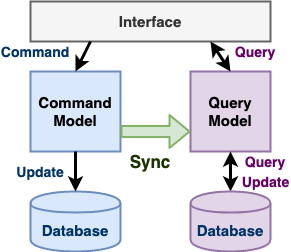
Before: diagrams/png/command_query_responsibility_segregation_small.png, a diagram exported from draw.io (wuyichen24/system-design-knowledge). Source tidied: cells renumbered, new cells last; positions are measured from the earlier drawing's top-left corner, leaving out a move shared by most shapes.
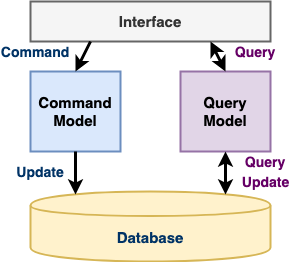
The same file after the commit.

Commit message:
add several diagrams for cqrs

Diff of the diagram source:
```diff
@@ -6,10 +6,10 @@
       <mxGeometry x="30" y="70" width="90" height="80" as="geometry" />
     </mxCell>
     <mxCell id="3" value="&lt;font style=&quot;font-size: 15px&quot;&gt;&lt;b&gt;Query&lt;br&gt;Model&lt;/b&gt;&lt;/font&gt;" style="rounded=0;whiteSpace=wrap;html=1;strokeWidth=2;fillColor=#e1d5e7;strokeColor=#9673a6;" parent="1" vertex="1">
-      <mxGeometry x="190" y="70" width="80" height="80" as="geometry" />
+      <mxGeometry x="180" y="70" width="90" height="80" as="geometry" />
     </mxCell>
-    <mxCell id="4" value="&lt;font style=&quot;font-size: 15px&quot; color=&quot;#003366&quot;&gt;&lt;b&gt;Database&lt;/b&gt;&lt;/font&gt;" style="shape=cylinder;whiteSpace=wrap;html=1;boundedLbl=1;backgroundOutline=1;strokeWidth=2;fillColor=#dae8fc;strokeColor=#6c8ebf;" parent="1" vertex="1">
-      <mxGeometry x="30" y="190" width="90" height="60" as="geometry" />
+    <mxCell id="4" value="&lt;font style=&quot;font-size: 15px&quot; color=&quot;#003366&quot;&gt;&lt;b&gt;Database&lt;/b&gt;&lt;/font&gt;" style="shape=cylinder;whiteSpace=wrap;html=1;boundedLbl=1;backgroundOutline=1;strokeWidth=2;fillColor=#fff2cc;strokeColor=#d6b656;" parent="1" vertex="1">
+      <mxGeometry x="30" y="190" width="240" height="70" as="geometry" />
     </mxCell>
     <mxCell id="5" value="&lt;font style=&quot;font-size: 15px&quot;&gt;&lt;b&gt;Interface&lt;/b&gt;&lt;/font&gt;" style="rounded=0;whiteSpace=wrap;html=1;strokeWidth=2;fillColor=#f5f5f5;strokeColor=#666666;fontColor=#333333;" parent="1" vertex="1">
       <mxGeometry x="30" width="240" height="40" as="geometry" />
@@ -17,14 +17,18 @@
     <mxCell id="6" style="endArrow=classic;html=1;strokeWidth=3;entryX=0.5;entryY=0;entryDx=0;entryDy=0;targetPerimeterSpacing=-1;endSize=6;exitX=0.25;exitY=1;exitDx=0;exitDy=0;" parent="1" edge="1" source="5" target="2">
       <mxGeometry relative="1" as="geometry" />
     </mxCell>
-    <mxCell id="7" style="endArrow=classic;html=1;strokeWidth=3;exitX=0.5;exitY=1;exitDx=0;exitDy=0;jumpSize=6;startSize=6;endSize=6;entryX=0.5;entryY=0;entryDx=0;entryDy=0;" parent="1" edge="1" source="2" target="4">
-      <mxGeometry relative="1" as="geometry" />
+    <mxCell id="7" style="endArrow=classic;html=1;strokeWidth=3;exitX=0.5;exitY=1;exitDx=0;exitDy=0;jumpSize=6;startSize=6;endSize=6;" parent="1" edge="1" source="2">
+      <mxGeometry relative="1" as="geometry">
+        <mxPoint x="75" y="193" as="targetPoint" />
+      </mxGeometry>
     </mxCell>
     <mxCell id="8" style="endArrow=classic;html=1;strokeWidth=3;targetPerimeterSpacing=0;endSize=6;exitX=0.5;exitY=0;exitDx=0;exitDy=0;startArrow=classic;startFill=1;entryX=0.75;entryY=1;entryDx=0;entryDy=0;" parent="1" edge="1" source="3" target="5">
       <mxGeometry relative="1" as="geometry" />
     </mxCell>
-    <mxCell id="9" style="endArrow=classic;html=1;strokeWidth=3;targetPerimeterSpacing=0;endSize=6;entryX=0.5;entryY=1;entryDx=0;entryDy=0;startArrow=classic;startFill=1;exitX=0.5;exitY=0;exitDx=0;exitDy=0;" parent="1" edge="1" source="13" target="3">
-      <mxGeometry relative="1" as="geometry" />
+    <mxCell id="9" style="endArrow=classic;html=1;strokeWidth=3;targetPerimeterSpacing=0;endSize=6;entryX=0.5;entryY=1;entryDx=0;entryDy=0;startArrow=classic;startFill=1;" parent="1" edge="1" target="3">
+      <mxGeometry relative="1" as="geometry">
+        <mxPoint x="225" y="193" as="sourcePoint" />
+      </mxGeometry>
     </mxCell>
     <mxCell id="10" value="&lt;span style=&quot;font-size: 14px&quot;&gt;&lt;b&gt;&lt;font color=&quot;#660066&quot;&gt;Query&lt;/font&gt;&lt;/b&gt;&lt;/span&gt;" style="text;html=1;strokeColor=none;fillColor=none;align=center;verticalAlign=middle;whiteSpace=wrap;rounded=0;" parent="1" vertex="1">
       <mxGeometry x="230" y="40" width="50" height="20" as="geometry" />
@@ -35,20 +39,11 @@
     <mxCell id="12" value="&lt;span style=&quot;font-size: 14px&quot;&gt;&lt;b&gt;&lt;font color=&quot;#660066&quot;&gt;Update&lt;/font&gt;&lt;/b&gt;&lt;/span&gt;" style="text;html=1;strokeColor=none;fillColor=none;align=center;verticalAlign=middle;whiteSpace=wrap;rounded=0;" parent="1" vertex="1">
       <mxGeometry x="242.5" y="170" width="45" height="20" as="geometry" />
     </mxCell>
-    <mxCell id="13" value="&lt;font style=&quot;font-size: 15px&quot; color=&quot;#003366&quot;&gt;&lt;b&gt;Database&lt;/b&gt;&lt;/font&gt;" style="shape=cylinder;whiteSpace=wrap;html=1;boundedLbl=1;backgroundOutline=1;strokeWidth=2;fillColor=#e1d5e7;strokeColor=#9673a6;" parent="1" vertex="1">
-      <mxGeometry x="190" y="190" width="80" height="60" as="geometry" />
-    </mxCell>
     <mxCell id="14" value="&lt;span style=&quot;font-size: 14px&quot;&gt;&lt;b&gt;&lt;font color=&quot;#660066&quot;&gt;Query&lt;/font&gt;&lt;/b&gt;&lt;/span&gt;" style="text;html=1;strokeColor=none;fillColor=none;align=center;verticalAlign=middle;whiteSpace=wrap;rounded=0;" parent="1" vertex="1">
       <mxGeometry x="240" y="150" width="50" height="20" as="geometry" />
     </mxCell>
-    <mxCell id="15" style="shape=flexArrow;endArrow=classic;html=1;strokeWidth=2;fillColor=#d5e8d4;strokeColor=#82b366;exitX=1;exitY=0.75;exitDx=0;exitDy=0;entryX=0;entryY=0.75;entryDx=0;entryDy=0;" parent="1" edge="1" source="2" target="3">
-      <mxGeometry relative="1" as="geometry" />
-    </mxCell>
     <mxCell id="16" value="&lt;span style=&quot;font-size: 14px&quot;&gt;&lt;b&gt;&lt;font color=&quot;#003366&quot;&gt;Update&lt;/font&gt;&lt;/b&gt;&lt;/span&gt;" style="text;html=1;strokeColor=none;fillColor=none;align=center;verticalAlign=middle;whiteSpace=wrap;rounded=0;" parent="1" vertex="1">
       <mxGeometry x="10" y="160" width="60" height="20" as="geometry" />
     </mxCell>
-    <mxCell id="17" value="&lt;font style=&quot;font-size: 17px&quot; color=&quot;#1a3300&quot;&gt;&lt;b&gt;Sync&lt;/b&gt;&lt;/font&gt;" style="text;html=1;strokeColor=none;fillColor=none;align=center;verticalAlign=middle;whiteSpace=wrap;rounded=0;" parent="1" vertex="1">
-      <mxGeometry x="120" y="145" width="60" height="30" as="geometry" />
-    </mxCell>
   </root>
 </mxGraphModel>
```
